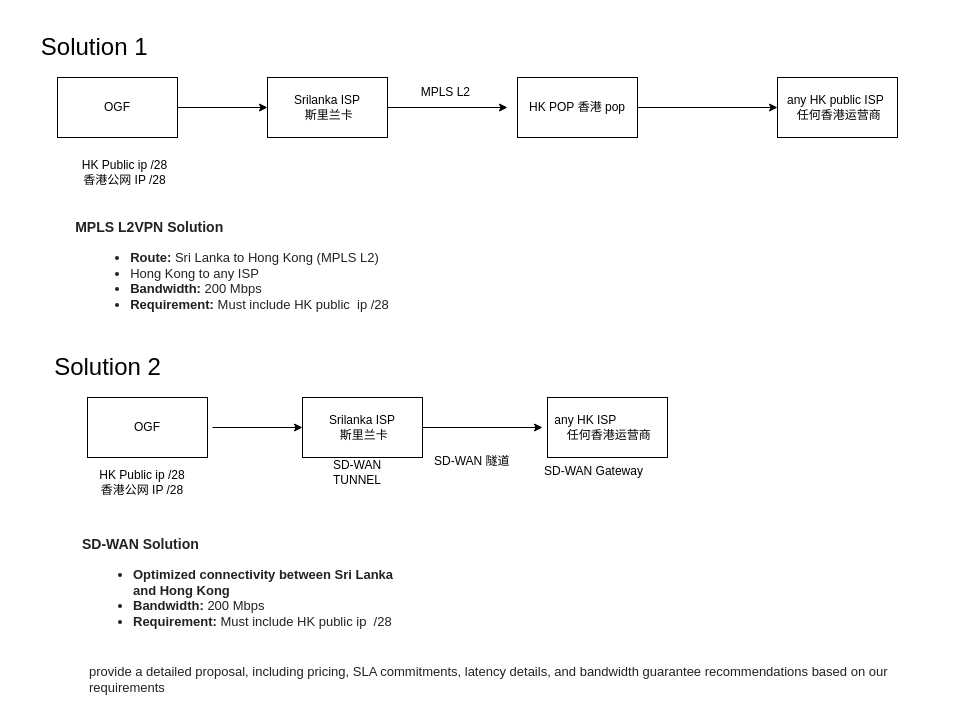
This is Untitled Diagram.drawio from hm567/hmwe-su, a draw.io file, before an edit. Source tidied: cells renumbered, new cells numbered last; positions are measured from the earlier drawing's top-left corner, leaving out a move shared by most shapes. Both pictures are drawn from the tidied source at 100%, with x=0, y=0 at pixel (27, 27).
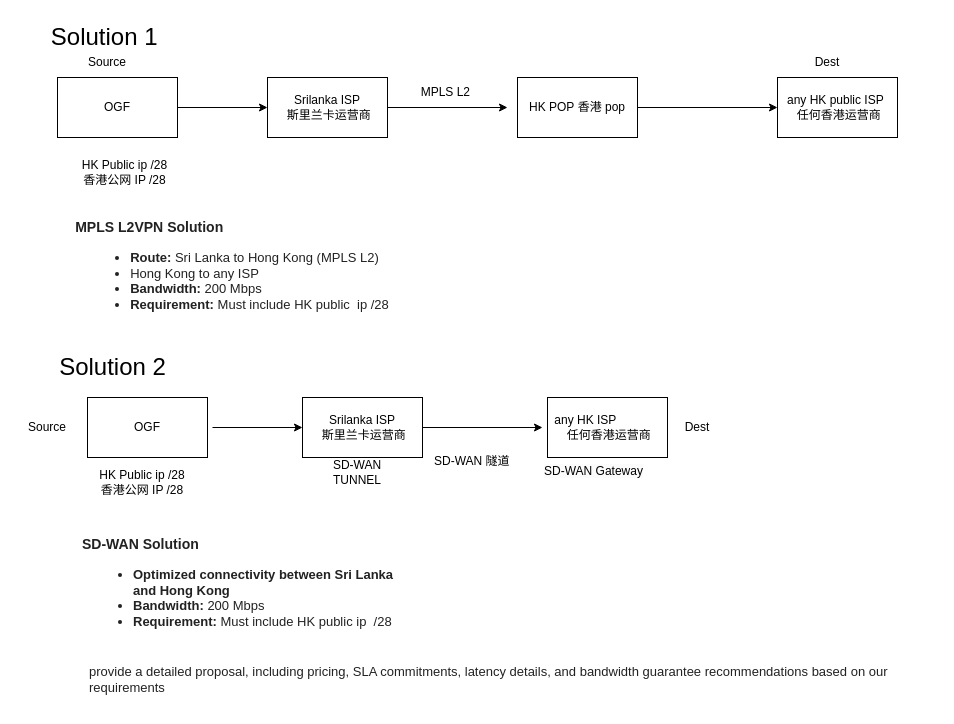
After the change.

The edit, as a diff of the source:
```diff
@@
-    <mxCell id="2" value="Srilanka ISP&lt;div&gt;&amp;nbsp;斯里兰卡&lt;/div&gt;" style="rounded=0;whiteSpace=wrap;html=1;" parent="1" vertex="1">
+    <mxCell id="2" value="Srilanka ISP&lt;div&gt;&amp;nbsp;斯里兰卡运营商&lt;/div&gt;" style="rounded=0;whiteSpace=wrap;html=1;" parent="1" vertex="1">
       <mxGeometry x="240" y="50" width="120" height="60" as="geometry" />
     </mxCell>
@@
     <mxCell id="9" value="&lt;font style=&quot;font-size: 24px;&quot;&gt;Solution 1&amp;nbsp;&lt;/font&gt;" style="text;html=1;align=center;verticalAlign=middle;strokeColor=none;fillColor=none;" parent="1" vertex="1">
-      <mxGeometry width="140" height="40" as="geometry" />
+      <mxGeometry x="10" y="-10" width="140" height="40" as="geometry" />
     </mxCell>
@@
     <mxCell id="13" value="&lt;font style=&quot;font-size: 24px;&quot;&gt;Solution 2&lt;/font&gt;" style="text;html=1;align=center;verticalAlign=middle;strokeColor=none;fillColor=none;" parent="1" vertex="1">
-      <mxGeometry x="15" y="320" width="130" height="40" as="geometry" />
+      <mxGeometry x="20" y="320" width="130" height="40" as="geometry" />
     </mxCell>
-    <mxCell id="14" value="Srilanka ISP&lt;div&gt;&amp;nbsp;斯里兰卡&lt;/div&gt;" style="rounded=0;whiteSpace=wrap;html=1;" parent="1" vertex="1">
+    <mxCell id="14" value="Srilanka ISP&lt;div&gt;&amp;nbsp;斯里兰卡运营商&lt;/div&gt;" style="rounded=0;whiteSpace=wrap;html=1;" parent="1" vertex="1">
       <mxGeometry x="275" y="370" width="120" height="60" as="geometry" />
     </mxCell>
@@
+    <mxCell id="25" value="Source" style="text;html=1;align=center;verticalAlign=middle;whiteSpace=wrap;rounded=0;" parent="1" vertex="1">
+      <mxGeometry x="50" y="20" width="60" height="30" as="geometry" />
+    </mxCell>
+    <mxCell id="26" value="Dest" style="text;html=1;align=center;verticalAlign=middle;whiteSpace=wrap;rounded=0;" parent="1" vertex="1">
+      <mxGeometry x="770" y="20" width="60" height="30" as="geometry" />
+    </mxCell>
+    <mxCell id="27" value="Source" style="text;html=1;align=center;verticalAlign=middle;whiteSpace=wrap;rounded=0;" parent="1" vertex="1">
+      <mxGeometry x="-10" y="385" width="60" height="30" as="geometry" />
+    </mxCell>
+    <mxCell id="28" value="Dest" style="text;html=1;align=center;verticalAlign=middle;whiteSpace=wrap;rounded=0;" parent="1" vertex="1">
+      <mxGeometry x="640" y="385" width="60" height="30" as="geometry" />
+    </mxCell>
```
